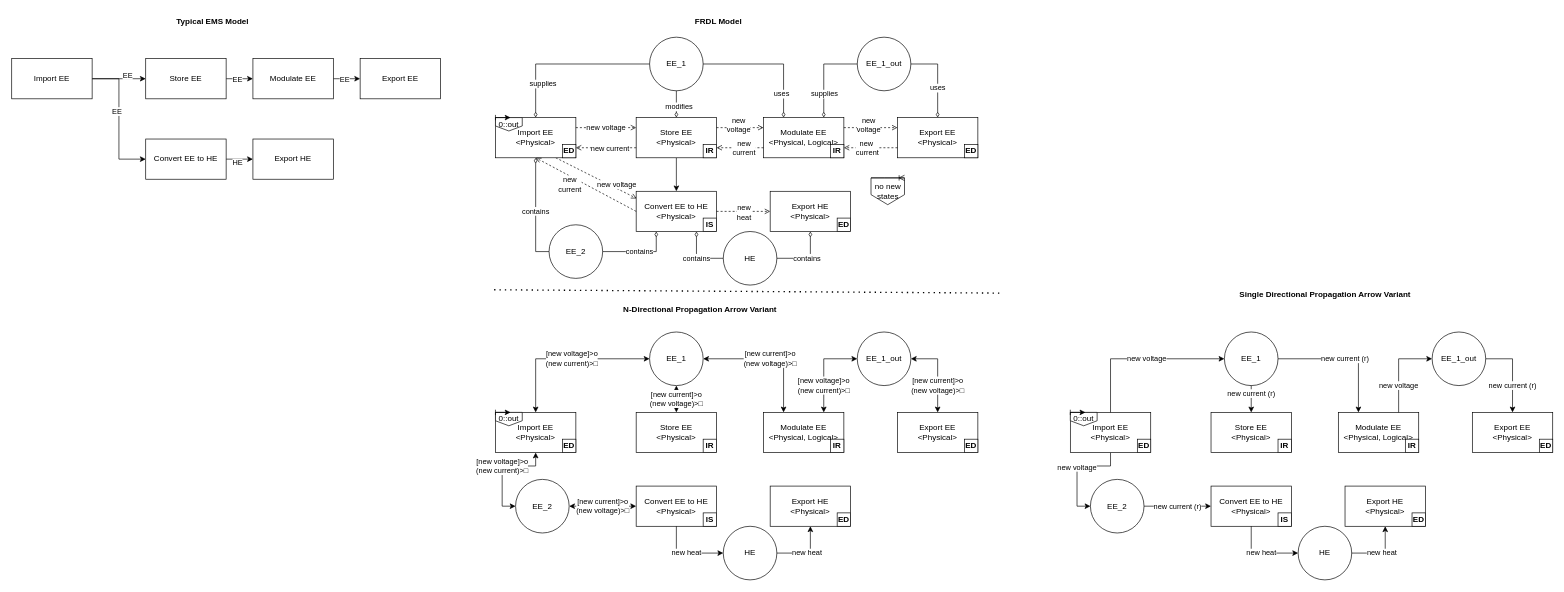
Earlier version of the draw.io diagram docs-source/figures/frdl/examples/circuit/circuit_models.drawio (nasa/fmdtools). Source tidied: cells renumbered, new cells numbered last; positions are measured from the earlier drawing's top-left corner, leaving out a move shared by most shapes. Both pictures are drawn from the tidied source at 67%, with x=0, y=0 at pixel (11, 11).
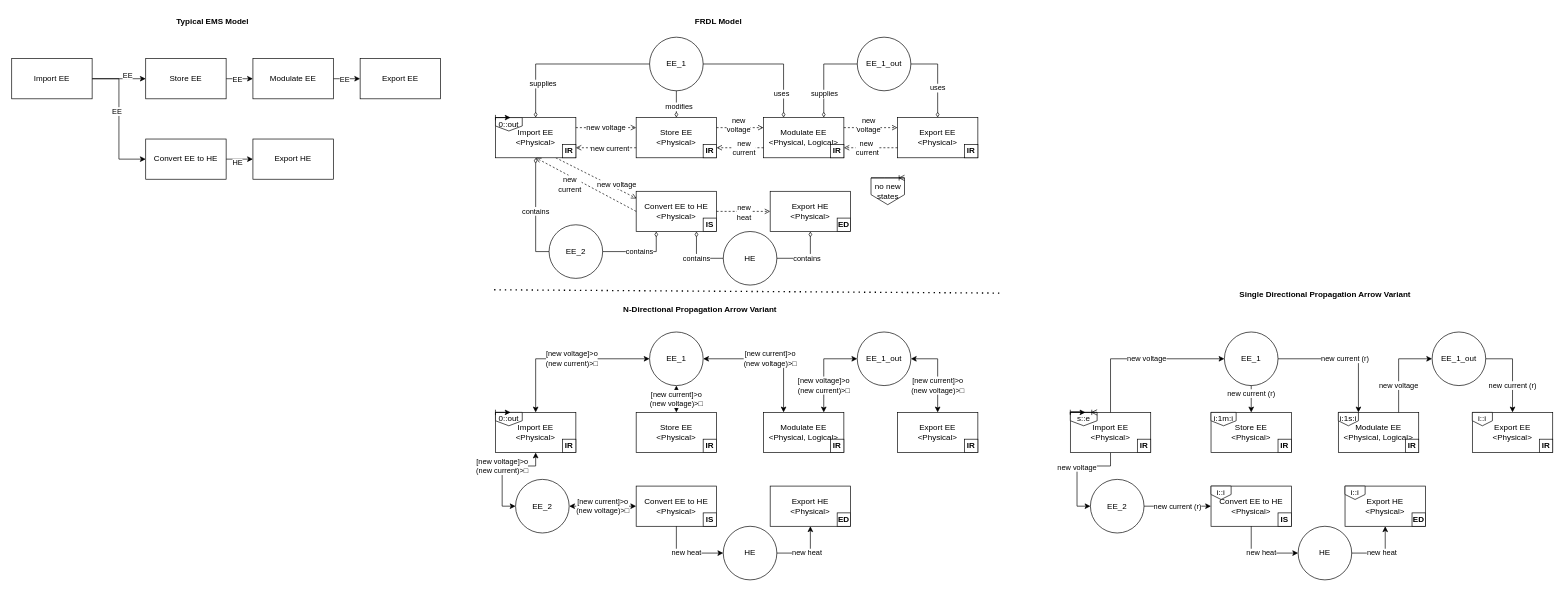
The same page after the edit.

Unchanged cells that the change refers to:
```xml
<mxCell id="27" value="Store EE&lt;div&gt;&amp;lt;Physical&amp;gt;&lt;br&gt;&lt;/div&gt;" style="rounded=0;whiteSpace=wrap;html=1;" parent="1" vertex="1">
  <mxGeometry x="932" y="158" width="120" height="60" as="geometry" />
</mxCell>
<mxCell id="35" value="Convert EE to HE&lt;div&gt;&amp;lt;Physical&amp;gt;&lt;br&gt;&lt;/div&gt;" style="rounded=0;whiteSpace=wrap;html=1;" parent="1" vertex="1">
  <mxGeometry x="932" y="268" width="120" height="60" as="geometry" />
</mxCell>
<mxCell id="118" style="group;" parent="1" vertex="1">
  <mxGeometry x="1580" y="598" width="40" height="20" as="geometry" />
</mxCell>
```

The edit, as a diff of the source:
```diff
@@
-    <mxCell id="26" style="edgeStyle=orthogonalEdgeStyle;rounded=0;jettySize=auto;html=1;" parent="1" edge="1" source="27" target="35">
-      <mxGeometry relative="1" as="geometry" />
-    </mxCell>
@@
-    <mxCell id="59" value="&lt;b&gt;ED&lt;/b&gt;" style="rounded=0;whiteSpace=wrap;html=1;" parent="1" vertex="1">
+    <mxCell id="59" value="&lt;b&gt;IR&lt;/b&gt;" style="rounded=0;whiteSpace=wrap;html=1;" parent="1" vertex="1">
       <mxGeometry x="1422" y="198" width="20" height="20" as="geometry" />
     </mxCell>
@@
-    <mxCell id="62" value="&lt;b&gt;ED&lt;/b&gt;" style="rounded=0;whiteSpace=wrap;html=1;" parent="1" vertex="1">
+    <mxCell id="62" value="&lt;b&gt;IR&lt;/b&gt;" style="rounded=0;whiteSpace=wrap;html=1;" parent="1" vertex="1">
       <mxGeometry x="822" y="198" width="20" height="20" as="geometry" />
     </mxCell>
@@
-    <mxCell id="82" value="&lt;b&gt;ED&lt;/b&gt;" style="rounded=0;whiteSpace=wrap;html=1;" parent="1" vertex="1">
+    <mxCell id="82" value="&lt;b&gt;IR&lt;/b&gt;" style="rounded=0;whiteSpace=wrap;html=1;" parent="1" vertex="1">
       <mxGeometry x="1422" y="638" width="20" height="20" as="geometry" />
     </mxCell>
@@
-    <mxCell id="85" value="&lt;b&gt;ED&lt;/b&gt;" style="rounded=0;whiteSpace=wrap;html=1;" parent="1" vertex="1">
+    <mxCell id="85" value="&lt;b&gt;IR&lt;/b&gt;" style="rounded=0;whiteSpace=wrap;html=1;" parent="1" vertex="1">
       <mxGeometry x="822" y="638" width="20" height="20" as="geometry" />
     </mxCell>
@@
-    <mxCell id="114" value="&lt;b&gt;ED&lt;/b&gt;" style="rounded=0;whiteSpace=wrap;html=1;" parent="1" vertex="1">
+    <mxCell id="114" value="&lt;b&gt;IR&lt;/b&gt;" style="rounded=0;whiteSpace=wrap;html=1;" parent="1" vertex="1">
       <mxGeometry x="2280" y="638" width="20" height="20" as="geometry" />
     </mxCell>
@@
-    <mxCell id="117" value="&lt;b&gt;ED&lt;/b&gt;" style="rounded=0;whiteSpace=wrap;html=1;" parent="1" vertex="1">
+    <mxCell id="117" value="&lt;b&gt;IR&lt;/b&gt;" style="rounded=0;whiteSpace=wrap;html=1;" parent="1" vertex="1">
       <mxGeometry x="1680" y="638" width="20" height="20" as="geometry" />
     </mxCell>
@@
-    <mxCell id="119" value="0::out" style="shape=offPageConnector;whiteSpace=wrap;html=1;" parent="118" vertex="1">
+    <mxCell id="119" value="s::e" style="shape=offPageConnector;whiteSpace=wrap;html=1;" parent="118" vertex="1">
       <mxGeometry width="40" height="20" as="geometry" />
     </mxCell>
@@
+    <mxCell id="129" style="edgeStyle=orthogonalEdgeStyle;rounded=0;jettySize=auto;html=1;entryX=1;entryY=0;entryDx=0;entryDy=0;endArrow=ERoneToMany;endFill=0;" parent="1" edge="1" target="119">
+      <mxGeometry relative="1" as="geometry">
+        <mxPoint x="1580" y="600" as="sourcePoint" />
+        <Array as="points">
+          <mxPoint x="1580" y="597" />
+          <mxPoint x="1595" y="597" />
+        </Array>
+      </mxGeometry>
+    </mxCell>
+    <mxCell id="130" style="group;" parent="1" vertex="1">
+      <mxGeometry x="1790" y="598" width="50" height="20" as="geometry" />
+    </mxCell>
+    <mxCell id="131" value="i:1m:i" style="shape=offPageConnector;whiteSpace=wrap;html=1;" parent="130" vertex="1">
+      <mxGeometry width="37.5" height="20" as="geometry" />
+    </mxCell>
+    <mxCell id="132" style="group;" parent="1" vertex="1">
+      <mxGeometry x="1980" y="598" width="40" height="20" as="geometry" />
+    </mxCell>
+    <mxCell id="133" value="i:1s:i" style="shape=offPageConnector;whiteSpace=wrap;html=1;" parent="132" vertex="1">
+      <mxGeometry width="30" height="20" as="geometry" />
+    </mxCell>
+    <mxCell id="134" style="group;" parent="1" vertex="1">
+      <mxGeometry x="2180" y="598" width="40" height="20" as="geometry" />
+    </mxCell>
+    <mxCell id="135" value="i::i" style="shape=offPageConnector;whiteSpace=wrap;html=1;" parent="134" vertex="1">
+      <mxGeometry width="30" height="20" as="geometry" />
+    </mxCell>
+    <mxCell id="136" style="group;" parent="1" vertex="1">
+      <mxGeometry x="1790" y="708" width="40" height="20" as="geometry" />
+    </mxCell>
+    <mxCell id="137" value="i::i" style="shape=offPageConnector;whiteSpace=wrap;html=1;" parent="136" vertex="1">
+      <mxGeometry width="30" height="20" as="geometry" />
+    </mxCell>
+    <mxCell id="138" style="group;" parent="1" vertex="1">
+      <mxGeometry x="1990" y="708" width="40" height="20" as="geometry" />
+    </mxCell>
+    <mxCell id="139" value="i::i" style="shape=offPageConnector;whiteSpace=wrap;html=1;" parent="138" vertex="1">
+      <mxGeometry width="30" height="20" as="geometry" />
+    </mxCell>
```
